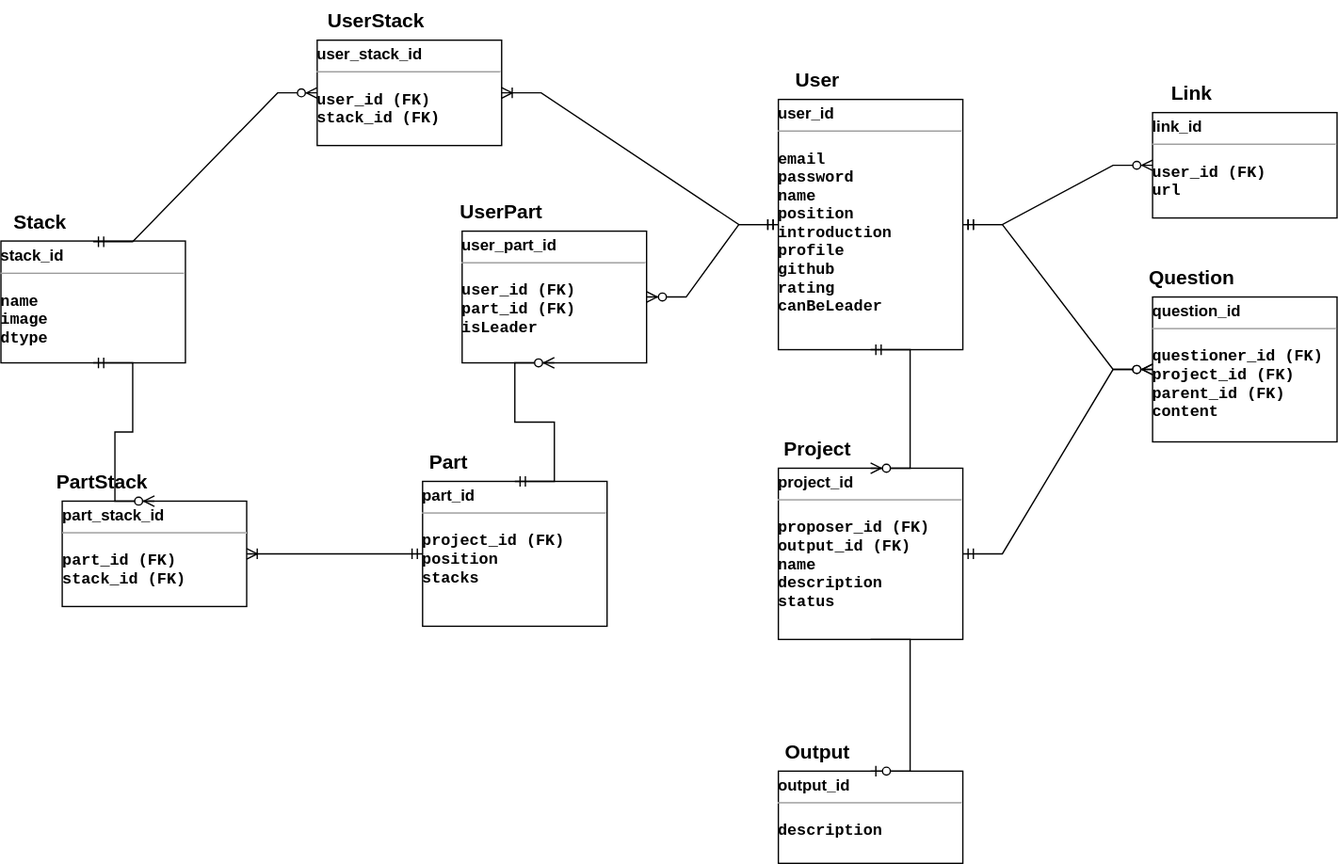
Before: Table_diagram.drawio.svg, a diagram exported from draw.io (zelo0/cruit). Source tidied: cells renumbered, new cells last; positions are measured from the earlier drawing's top-left corner, leaving out a move shared by most shapes.
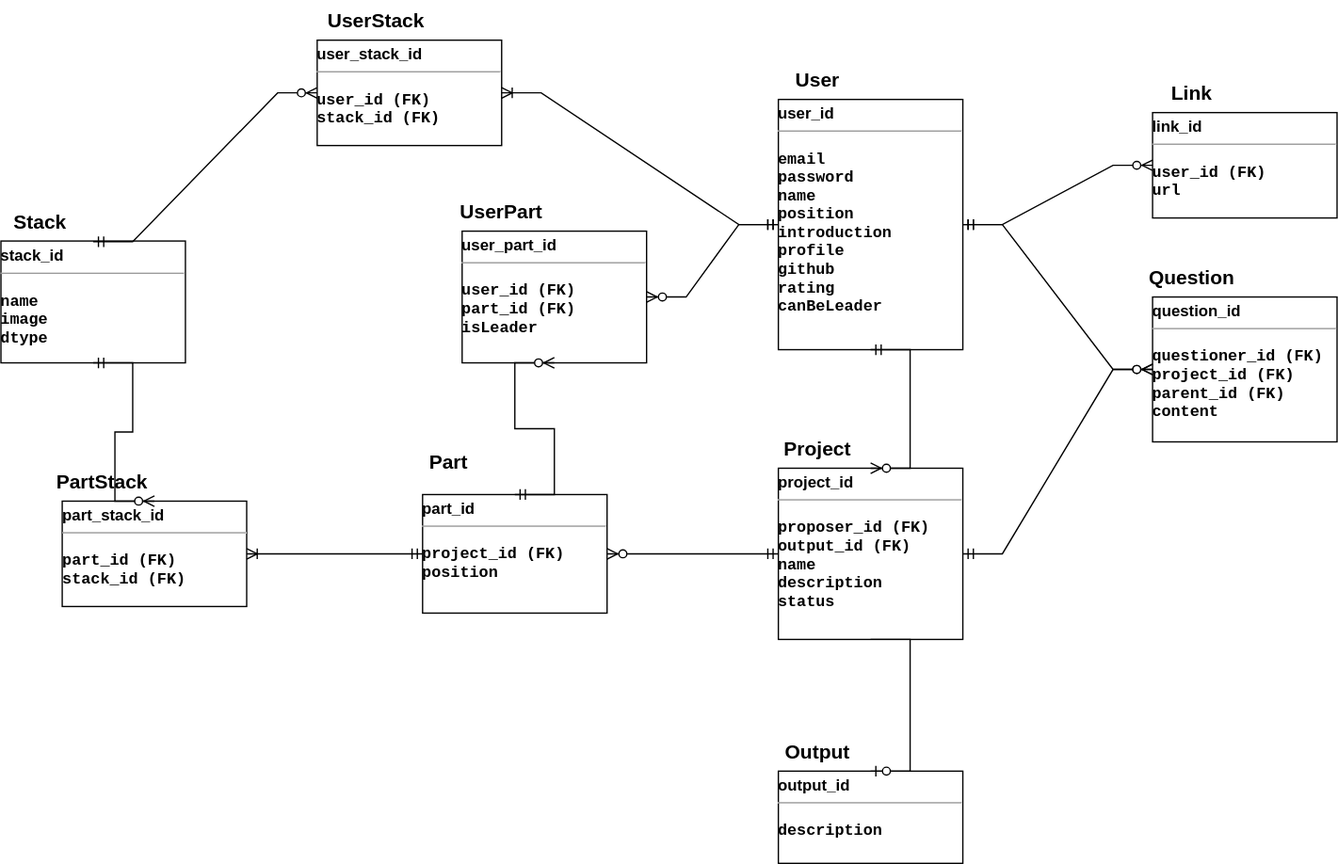
After the commit.

The edit, as a diff of the source:
```diff
@@ -26,8 +26,8 @@
     <mxCell id="9" value="&lt;b&gt;&lt;font style=&quot;font-size: 15px&quot;&gt;Output&lt;/font&gt;&lt;/b&gt;" style="text;html=1;strokeColor=none;fillColor=none;align=center;verticalAlign=middle;whiteSpace=wrap;rounded=0;" parent="1" vertex="1">
       <mxGeometry x="590" y="555" width="60" height="30" as="geometry" />
     </mxCell>
-    <mxCell id="10" value="&lt;p style=&quot;margin: 4px 0px 0px&quot;&gt;&lt;b&gt;part_id&lt;/b&gt;&lt;/p&gt;&lt;hr size=&quot;1&quot;&gt;&lt;p&gt;&lt;/p&gt;&lt;pre style=&quot;height: 2px ; line-height: 1.5&quot;&gt;&lt;b&gt;project_id (FK)&lt;/b&gt;&lt;/pre&gt;&lt;pre style=&quot;height: 2px ; line-height: 1.5&quot;&gt;&lt;b&gt;position&lt;/b&gt;&lt;/pre&gt;&lt;pre style=&quot;height: 2px ; line-height: 1.5&quot;&gt;&lt;b&gt;stacks&lt;/b&gt;&lt;/pre&gt;&lt;pre style=&quot;height: 2px ; line-height: 1.5&quot;&gt;&lt;b&gt;&lt;br&gt;&lt;/b&gt;&lt;/pre&gt;&lt;p&gt;&lt;/p&gt;" style="verticalAlign=top;align=left;overflow=fill;fontSize=12;fontFamily=Helvetica;html=1;" parent="1" vertex="1">
-      <mxGeometry x="320" y="365" width="140" height="110" as="geometry" />
+    <mxCell id="10" value="&lt;p style=&quot;margin: 4px 0px 0px&quot;&gt;&lt;b&gt;part_id&lt;/b&gt;&lt;/p&gt;&lt;hr size=&quot;1&quot;&gt;&lt;p&gt;&lt;/p&gt;&lt;pre style=&quot;height: 2px ; line-height: 1.5&quot;&gt;&lt;b&gt;project_id (FK)&lt;/b&gt;&lt;/pre&gt;&lt;pre style=&quot;height: 2px ; line-height: 1.5&quot;&gt;&lt;b&gt;position&lt;/b&gt;&lt;/pre&gt;&lt;p&gt;&lt;/p&gt;" style="verticalAlign=top;align=left;overflow=fill;fontSize=12;fontFamily=Helvetica;html=1;" parent="1" vertex="1">
+      <mxGeometry x="320" y="375" width="140" height="90" as="geometry" />
     </mxCell>
     <mxCell id="11" value="&lt;b&gt;&lt;font style=&quot;font-size: 15px&quot;&gt;Part&lt;/font&gt;&lt;/b&gt;" style="text;html=1;strokeColor=none;fillColor=none;align=center;verticalAlign=middle;whiteSpace=wrap;rounded=0;" parent="1" vertex="1">
       <mxGeometry x="310" y="335" width="60" height="30" as="geometry" />
@@ -97,5 +97,8 @@
     <mxCell id="32" style="edgeStyle=entityRelationEdgeStyle;fontSize=12;html=1;endArrow=ERzeroToMany;startArrow=ERmandOne;rounded=0;entryX=0.5;entryY=0;entryDx=0;entryDy=0;exitX=0.5;exitY=1;exitDx=0;exitDy=0;" parent="1" edge="1" source="23" target="27">
       <mxGeometry relative="1" as="geometry" />
     </mxCell>
+    <mxCell id="33" style="edgeStyle=entityRelationEdgeStyle;fontSize=12;html=1;endArrow=ERzeroToMany;startArrow=ERmandOne;rounded=0;exitX=0;exitY=0.5;exitDx=0;exitDy=0;entryX=1;entryY=0.5;entryDx=0;entryDy=0;" parent="1" edge="1" source="6" target="10">
+      <mxGeometry relative="1" as="geometry" />
+    </mxCell>
   </root>
 </mxGraphModel>
```
